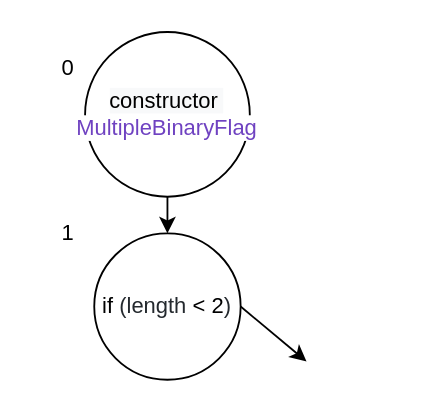
mezgoodle/TestLabs-kpi keeps this draw.io diagram as docs/binaryflag.drawio. Above is the earlier version. Source tidied: cells renumbered, new cells numbered last; positions are measured from the earlier drawing's top-left corner, leaving out a move shared by most shapes. Both pictures are drawn from the tidied source at 183%, with x=0, y=0 at pixel (31, 31).
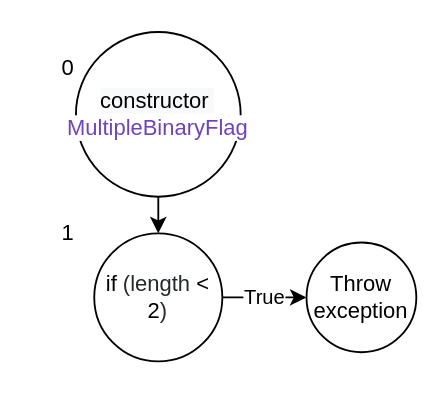
Above is the later version.

What changed in the source:
```diff
@@
 <mxGraphModel>
   <root>
     <mxCell id="0" />
     <mxCell id="1" parent="0" />
     <mxCell id="2" value="&#10;&#10;&lt;span style=&quot;color: rgb(0, 0, 0); font-family: helvetica; font-size: 12px; font-style: normal; font-weight: 400; letter-spacing: normal; text-align: center; text-indent: 0px; text-transform: none; word-spacing: 0px; background-color: rgb(248, 249, 250); display: inline; float: none;&quot;&gt;constructor&amp;nbsp;&lt;/span&gt;&lt;br style=&quot;color: rgb(0, 0, 0); font-family: helvetica; font-size: 12px; font-style: normal; font-weight: 400; letter-spacing: normal; text-align: center; text-indent: 0px; text-transform: none; word-spacing: 0px; background-color: rgb(248, 249, 250);&quot;&gt;&lt;span style=&quot;font-family: helvetica; font-size: 12px; font-style: normal; font-weight: 400; letter-spacing: normal; text-align: center; text-indent: 0px; text-transform: none; word-spacing: 0px; color: rgb(111, 66, 193); background-color: rgb(255, 255, 255);&quot;&gt;MultipleBinaryFlag&lt;/span&gt;&#10;&#10;" style="ellipse;whiteSpace=wrap;html=1;" parent="1" vertex="1">
-      <mxGeometry x="29" width="90" height="90" as="geometry" />
+      <mxGeometry x="24" width="90" height="90" as="geometry" />
     </mxCell>
     <mxCell id="3" value="0" style="text;html=1;strokeColor=none;fillColor=none;align=center;verticalAlign=middle;whiteSpace=wrap;rounded=0;" parent="1" vertex="1">
       <mxGeometry y="10" width="40" height="20" as="geometry" />
     </mxCell>
     <mxCell id="4" value="&lt;span class=&quot;pl-k&quot; style=&quot;box-sizing: border-box ; font-family: , &amp;#34;consolas&amp;#34; , &amp;#34;liberation mono&amp;#34; , &amp;#34;menlo&amp;#34; , monospace ; background-color: rgb(255 , 255 , 255)&quot;&gt;if&lt;/span&gt;&lt;span style=&quot;color: rgb(36 , 41 , 46) ; font-family: , &amp;#34;consolas&amp;#34; , &amp;#34;liberation mono&amp;#34; , &amp;#34;menlo&amp;#34; , monospace ; background-color: rgb(255 , 255 , 255)&quot;&gt; (&lt;/span&gt;&lt;span class=&quot;pl-smi&quot; style=&quot;box-sizing: border-box ; color: rgb(36 , 41 , 46) ; font-family: , &amp;#34;consolas&amp;#34; , &amp;#34;liberation mono&amp;#34; , &amp;#34;menlo&amp;#34; , monospace ; background-color: rgb(255 , 255 , 255)&quot;&gt;length&lt;/span&gt;&lt;span style=&quot;color: rgb(36 , 41 , 46) ; font-family: , &amp;#34;consolas&amp;#34; , &amp;#34;liberation mono&amp;#34; , &amp;#34;menlo&amp;#34; , monospace ; background-color: rgb(255 , 255 , 255)&quot;&gt; &lt;/span&gt;&lt;span class=&quot;pl-k&quot; style=&quot;box-sizing: border-box ; font-family: , &amp;#34;consolas&amp;#34; , &amp;#34;liberation mono&amp;#34; , &amp;#34;menlo&amp;#34; , monospace ; background-color: rgb(255 , 255 , 255)&quot;&gt;&amp;lt;&lt;/span&gt;&lt;span style=&quot;color: rgb(36 , 41 , 46) ; font-family: , &amp;#34;consolas&amp;#34; , &amp;#34;liberation mono&amp;#34; , &amp;#34;menlo&amp;#34; , monospace ; background-color: rgb(255 , 255 , 255)&quot;&gt; &lt;/span&gt;&lt;span class=&quot;pl-c1&quot; style=&quot;box-sizing: border-box ; font-family: , &amp;#34;consolas&amp;#34; , &amp;#34;liberation mono&amp;#34; , &amp;#34;menlo&amp;#34; , monospace ; background-color: rgb(255 , 255 , 255)&quot;&gt;2&lt;/span&gt;&lt;span style=&quot;color: rgb(36 , 41 , 46) ; font-family: , &amp;#34;consolas&amp;#34; , &amp;#34;liberation mono&amp;#34; , &amp;#34;menlo&amp;#34; , monospace ; background-color: rgb(255 , 255 , 255)&quot;&gt;)&lt;/span&gt;" style="ellipse;whiteSpace=wrap;html=1;" parent="1" vertex="1">
-      <mxGeometry x="34" y="110" width="80" height="80" as="geometry" />
+      <mxGeometry x="34" y="110" width="70" height="70" as="geometry" />
     </mxCell>
     <mxCell id="5" style="endArrow=classic;html=1;exitX=0.5;exitY=1;exitDx=0;exitDy=0;entryX=0.5;entryY=0;entryDx=0;entryDy=0;" parent="1" edge="1" source="2" target="4">
       <mxGeometry relative="1" as="geometry" />
     </mxCell>
     <mxCell id="6" value="1" style="text;html=1;strokeColor=none;fillColor=none;align=center;verticalAlign=middle;whiteSpace=wrap;rounded=0;" parent="1" vertex="1">
       <mxGeometry y="100" width="40" height="20" as="geometry" />
     </mxCell>
-    <mxCell id="7" style="endArrow=classic;html=1;exitX=1;exitY=0.5;exitDx=0;exitDy=0;" parent="1" edge="1" source="4">
-      <mxGeometry relative="1" as="geometry">
-        <mxPoint x="150" y="180" as="targetPoint" />
-      </mxGeometry>
+    <mxCell id="7" value="True" style="endArrow=classic;html=1;exitX=1;exitY=0.5;exitDx=0;exitDy=0;entryX=0;entryY=0.5;entryDx=0;entryDy=0;" parent="1" edge="1" source="4" target="8">
+      <mxGeometry relative="1" as="geometry" />
     </mxCell>
+    <mxCell id="8" value="Throw&lt;br&gt;exception" style="ellipse;whiteSpace=wrap;html=1;" parent="1" vertex="1">
+      <mxGeometry x="150" y="115" width="60" height="60" as="geometry" />
+    </mxCell>
   </root>
 </mxGraphModel>
```
